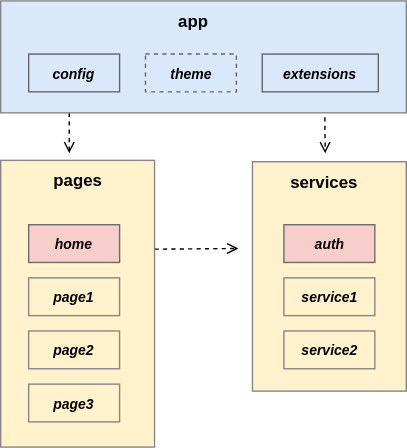
Above: docs/diagrams/pigal_project_architecture.drawio.svg in MalcomChumchouaPenda/Pigal-Flask (draw.io), before the change. Source tidied: cells renumbered, new cells last; positions are measured from the earlier drawing's top-left corner, leaving out a move shared by most shapes.
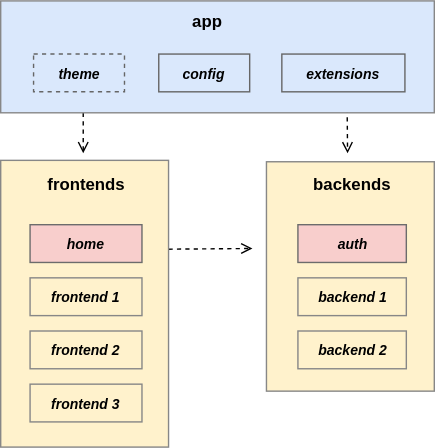
After the commit.

What changed in the source:
```diff
@@ -9,10 +9,10 @@
       </mxGeometry>
     </mxCell>
     <mxCell id="3" style="rounded=0;whiteSpace=wrap;html=1;fillColor=#fff2cc;strokeColor=#878787;fontSize=12;" parent="1" vertex="1">
-      <mxGeometry y="114" width="110" height="205" as="geometry" />
+      <mxGeometry x="-10" y="114" width="120" height="205" as="geometry" />
     </mxCell>
-    <mxCell id="4" value="pages" style="text;html=1;strokeColor=none;fillColor=none;align=center;verticalAlign=middle;whiteSpace=wrap;rounded=0;fontStyle=1;fontSize=12;" parent="1" vertex="1">
-      <mxGeometry x="30" y="114" width="51" height="30" as="geometry" />
+    <mxCell id="4" value="frontends" style="text;html=1;strokeColor=none;fillColor=none;align=center;verticalAlign=middle;whiteSpace=wrap;rounded=0;fontStyle=1;fontSize=12;" parent="1" vertex="1">
+      <mxGeometry x="20.5" y="117" width="61" height="30" as="geometry" />
     </mxCell>
     <mxCell id="5" style="rounded=0;orthogonalLoop=1;jettySize=auto;html=1;dashed=1;endArrow=open;endFill=0;fontSize=12;startArrow=none;startFill=0;exitX=0.25;exitY=1;exitDx=0;exitDy=0;" parent="1" edge="1">
       <mxGeometry relative="1" as="geometry">
@@ -22,50 +22,50 @@
     </mxCell>
     <mxCell id="6" style="rounded=0;jettySize=auto;html=1;endArrow=open;endFill=0;dashed=1;startArrow=none;startFill=0;exitX=0.799;exitY=0.965;exitDx=0;exitDy=0;exitPerimeter=0;" parent="1" edge="1" source="7">
       <mxGeometry relative="1" as="geometry">
-        <mxPoint x="232" y="109" as="targetPoint" />
+        <mxPoint x="238" y="109" as="targetPoint" />
       </mxGeometry>
     </mxCell>
     <mxCell id="7" style="rounded=0;whiteSpace=wrap;html=1;fillColor=#dae8fc;fontStyle=1;fontSize=12;strokeColor=#878787;" parent="1" vertex="1">
-      <mxGeometry width="290" height="80" as="geometry" />
+      <mxGeometry x="-10" width="310" height="80" as="geometry" />
     </mxCell>
     <mxCell id="8" style="rounded=0;whiteSpace=wrap;html=1;fillColor=#fff2cc;strokeColor=#878787;fontSize=12;" parent="1" vertex="1">
-      <mxGeometry x="180" y="115" width="110" height="164" as="geometry" />
+      <mxGeometry x="180" y="115" width="120" height="164" as="geometry" />
     </mxCell>
-    <mxCell id="9" value="services" style="text;html=1;strokeColor=none;fillColor=none;align=center;verticalAlign=middle;whiteSpace=wrap;rounded=0;fontStyle=1;fontSize=12;" parent="1" vertex="1">
-      <mxGeometry x="206" y="115" width="51" height="30" as="geometry" />
+    <mxCell id="9" value="backends" style="text;html=1;strokeColor=none;fillColor=none;align=center;verticalAlign=middle;whiteSpace=wrap;rounded=0;fontStyle=1;fontSize=12;" parent="1" vertex="1">
+      <mxGeometry x="215.8" y="117" width="51" height="30" as="geometry" />
     </mxCell>
-    <mxCell id="10" value="service1" style="rounded=0;whiteSpace=wrap;html=1;fillColor=none;fontStyle=3;fontSize=10;strokeColor=#878787;strokeWidth=1;" parent="1" vertex="1">
-      <mxGeometry x="202.5" y="198" width="65" height="27" as="geometry" />
+    <mxCell id="10" value="backend 1" style="rounded=0;whiteSpace=wrap;html=1;fillColor=none;fontStyle=3;fontSize=10;strokeColor=#878787;strokeWidth=1;" parent="1" vertex="1">
+      <mxGeometry x="202.5" y="198" width="77.5" height="27" as="geometry" />
     </mxCell>
     <mxCell id="11" value="app" style="text;html=1;strokeColor=none;fillColor=none;align=center;verticalAlign=middle;whiteSpace=wrap;rounded=0;fontStyle=1;fontSize=12;" parent="1" vertex="1">
       <mxGeometry x="120.2" width="35.5" height="30" as="geometry" />
     </mxCell>
-    <mxCell id="12" value="page1" style="rounded=0;whiteSpace=wrap;html=1;fillColor=none;fontStyle=3;fontSize=10;strokeColor=#878787;strokeWidth=1;" parent="1" vertex="1">
-      <mxGeometry x="20" y="198" width="65" height="27" as="geometry" />
+    <mxCell id="12" value="frontend 1" style="rounded=0;whiteSpace=wrap;html=1;fillColor=none;fontStyle=3;fontSize=10;strokeColor=#878787;strokeWidth=1;" parent="1" vertex="1">
+      <mxGeometry x="11" y="198" width="80" height="27" as="geometry" />
     </mxCell>
-    <mxCell id="13" value="service2" style="rounded=0;whiteSpace=wrap;html=1;fillColor=none;fontStyle=3;fontSize=10;strokeColor=#878787;strokeWidth=1;" parent="1" vertex="1">
-      <mxGeometry x="202.5" y="236" width="65" height="27" as="geometry" />
+    <mxCell id="13" value="backend 2" style="rounded=0;whiteSpace=wrap;html=1;fillColor=none;fontStyle=3;fontSize=10;strokeColor=#878787;strokeWidth=1;" parent="1" vertex="1">
+      <mxGeometry x="202.5" y="236" width="77.5" height="27" as="geometry" />
     </mxCell>
-    <mxCell id="14" value="page2" style="rounded=0;whiteSpace=wrap;html=1;fillColor=none;fontStyle=3;fontSize=10;strokeColor=#878787;strokeWidth=1;" parent="1" vertex="1">
-      <mxGeometry x="20" y="236" width="65" height="27" as="geometry" />
+    <mxCell id="14" value="frontend 2" style="rounded=0;whiteSpace=wrap;html=1;fillColor=none;fontStyle=3;fontSize=10;strokeColor=#878787;strokeWidth=1;" parent="1" vertex="1">
+      <mxGeometry x="11" y="236" width="80" height="27" as="geometry" />
     </mxCell>
-    <mxCell id="15" value="page3" style="rounded=0;whiteSpace=wrap;html=1;fillColor=none;fontStyle=3;fontSize=10;strokeColor=#878787;strokeWidth=1;" parent="1" vertex="1">
-      <mxGeometry x="20" y="274" width="65" height="27" as="geometry" />
+    <mxCell id="15" value="frontend 3" style="rounded=0;whiteSpace=wrap;html=1;fillColor=none;fontStyle=3;fontSize=10;strokeColor=#878787;strokeWidth=1;" parent="1" vertex="1">
+      <mxGeometry x="11" y="274" width="80" height="27" as="geometry" />
     </mxCell>
     <mxCell id="16" value="config" style="rounded=0;whiteSpace=wrap;html=1;fillColor=#dae8fc;fontStyle=3;fontSize=10;strokeColor=#666666;strokeWidth=1;" parent="1" vertex="1">
-      <mxGeometry x="20" y="38" width="65" height="27" as="geometry" />
+      <mxGeometry x="103" y="38" width="65" height="27" as="geometry" />
     </mxCell>
     <mxCell id="17" value="extensions" style="rounded=0;whiteSpace=wrap;html=1;fillColor=#dae8fc;fontStyle=3;fontSize=10;strokeColor=#666666;strokeWidth=1;" parent="1" vertex="1">
-      <mxGeometry x="187" y="38" width="83" height="27" as="geometry" />
+      <mxGeometry x="191" y="38" width="88" height="27" as="geometry" />
     </mxCell>
     <mxCell id="18" value="theme" style="rounded=0;whiteSpace=wrap;html=1;fillColor=#dae8fc;fontStyle=3;fontSize=10;strokeColor=#666666;strokeWidth=1;dashed=1;" parent="1" vertex="1">
-      <mxGeometry x="103.5" y="38" width="65" height="27" as="geometry" />
+      <mxGeometry x="13.5" y="38" width="65" height="27" as="geometry" />
     </mxCell>
     <mxCell id="19" value="home" style="rounded=0;whiteSpace=wrap;html=1;fillColor=#f8cecc;fontStyle=3;fontSize=10;strokeColor=#6C6C6C;strokeWidth=1;" parent="1" vertex="1">
-      <mxGeometry x="20" y="160" width="65" height="27" as="geometry" />
+      <mxGeometry x="11" y="160" width="80" height="27" as="geometry" />
     </mxCell>
     <mxCell id="20" value="auth" style="rounded=0;whiteSpace=wrap;html=1;fillColor=#f8cecc;fontStyle=3;fontSize=10;strokeColor=#6C6C6C;strokeWidth=1;" parent="1" vertex="1">
-      <mxGeometry x="202.5" y="160" width="65" height="27" as="geometry" />
+      <mxGeometry x="202.5" y="160" width="77.5" height="27" as="geometry" />
     </mxCell>
   </root>
 </mxGraphModel>
```
